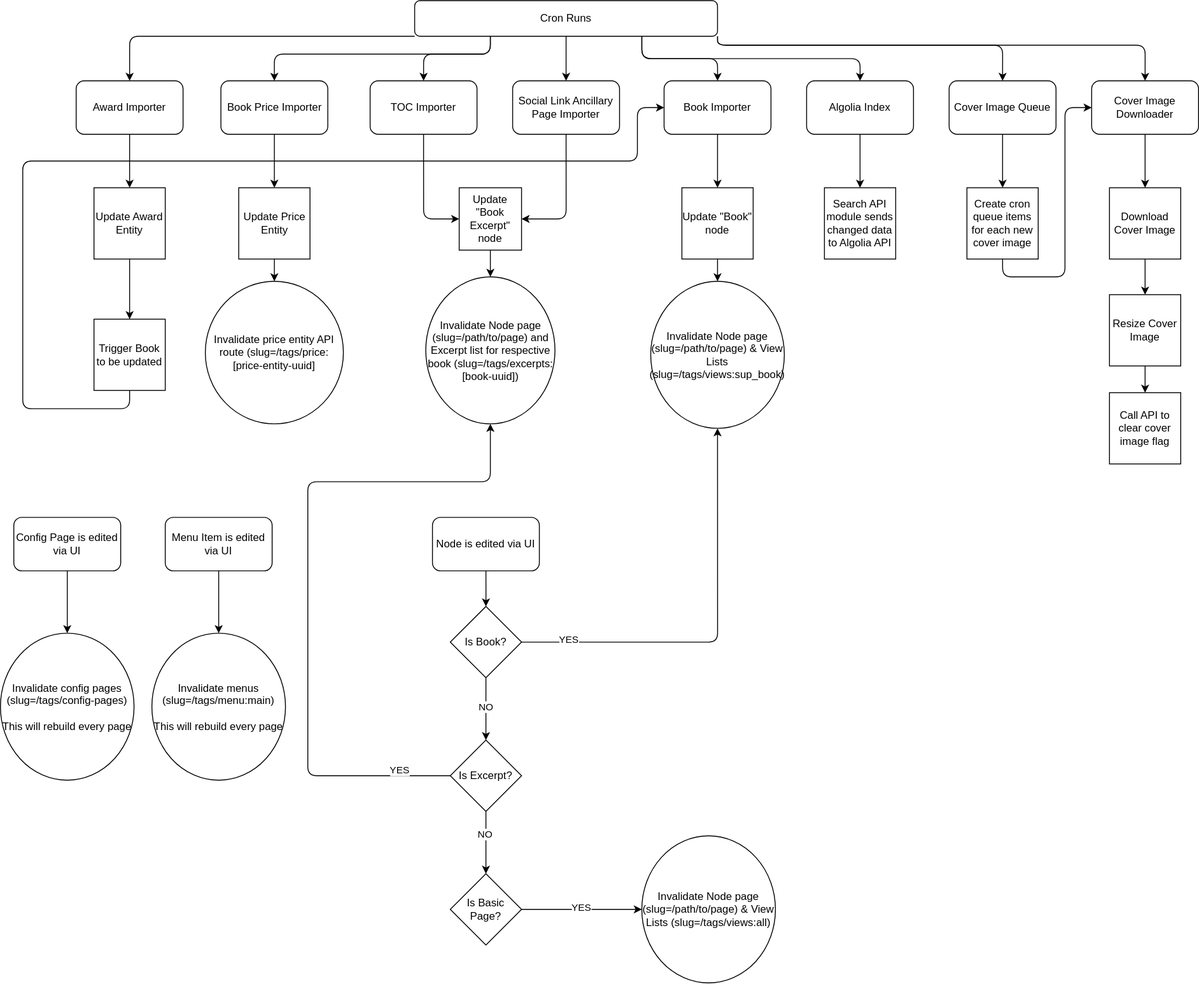
This is docs/press-architecture.drawio.svg from SU-SWS/press-nextjs, a draw.io export, as it was before one commit. Source tidied: cells renumbered, new cells last; positions are measured from the earlier drawing's top-left corner, leaving out a move shared by most shapes.
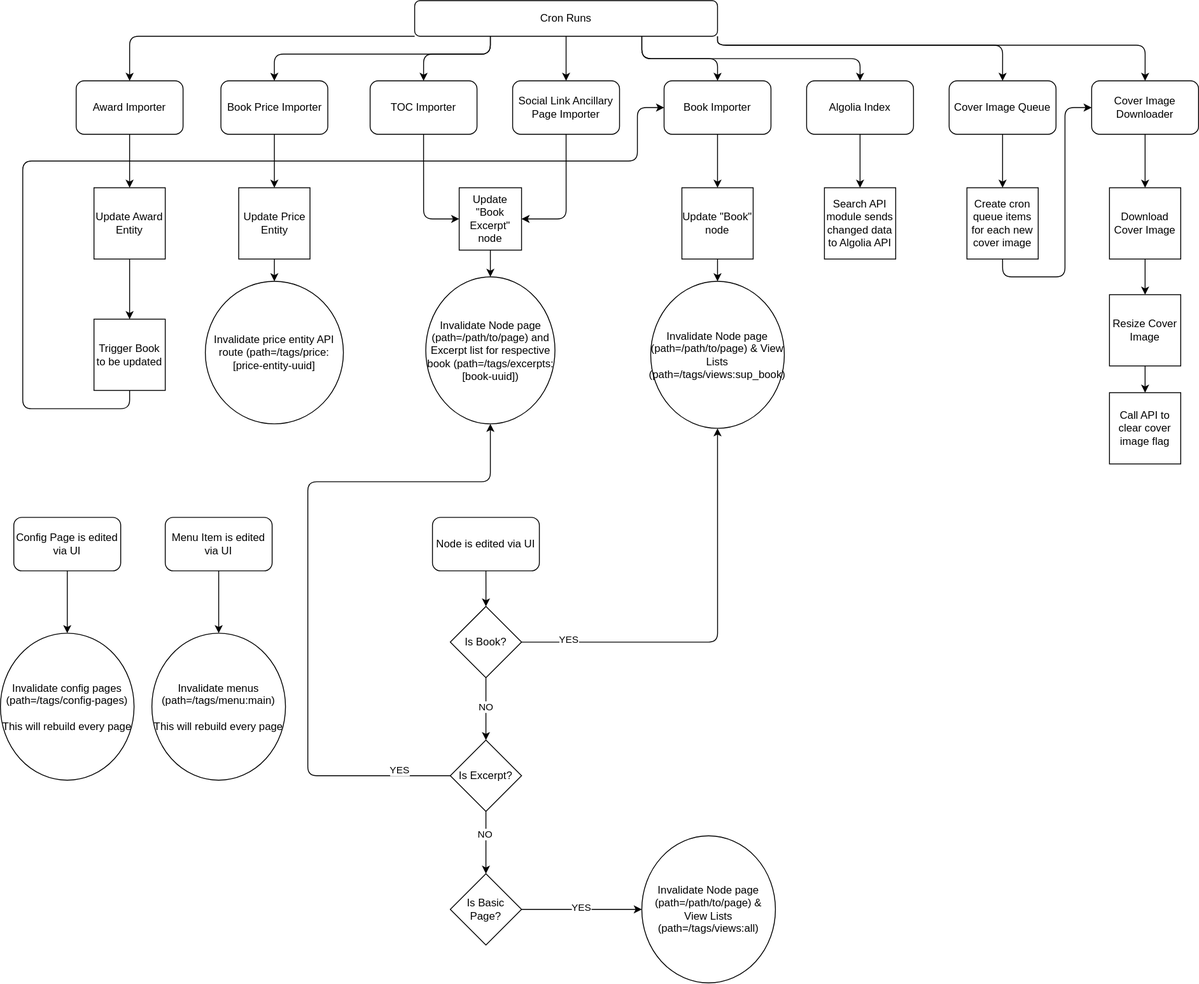
The same file after the commit.

Commit message:
Updated architectural workflow

Diff of the diagram source:
```diff
@@ -127,13 +127,13 @@
     <mxCell id="32" value="Update Price Entity" style="whiteSpace=wrap;html=1;" parent="1" vertex="1">
       <mxGeometry x="267.5" y="210" width="80" height="80" as="geometry" />
     </mxCell>
-    <mxCell id="33" value="&lt;div&gt;Invalidate price entity API route (slug=/tags/price:[price-entity-uuid]&lt;br&gt;&lt;/div&gt;" style="ellipse;whiteSpace=wrap;html=1;" parent="1" vertex="1">
+    <mxCell id="33" value="&lt;div&gt;Invalidate price entity API route (path=/tags/price:[price-entity-uuid]&lt;br&gt;&lt;/div&gt;" style="ellipse;whiteSpace=wrap;html=1;" parent="1" vertex="1">
       <mxGeometry x="230" y="315" width="155" height="160" as="geometry" />
     </mxCell>
-    <mxCell id="34" value="&lt;div&gt;Invalidate Node page (slug=/path/to/page) &amp;amp; View Lists (slug=/tags/views:sup_book)&lt;/div&gt;" style="ellipse;whiteSpace=wrap;html=1;" parent="1" vertex="1">
+    <mxCell id="34" value="&lt;div&gt;Invalidate Node page (path=/path/to/page) &amp;amp; View Lists (path=/tags/views:sup_book)&lt;/div&gt;" style="ellipse;whiteSpace=wrap;html=1;" parent="1" vertex="1">
       <mxGeometry x="730" y="315" width="150" height="165" as="geometry" />
     </mxCell>
-    <mxCell id="35" value="Invalidate Node page (slug=/path/to/page) and Excerpt list for respective book (slug=/tags/excerpts:[book-uuid])" style="ellipse;whiteSpace=wrap;html=1;" parent="1" vertex="1">
+    <mxCell id="35" value="Invalidate Node page (path=/path/to/page) and Excerpt list for respective book (path=/tags/excerpts:[book-uuid])" style="ellipse;whiteSpace=wrap;html=1;" parent="1" vertex="1">
       <mxGeometry x="477.5" y="310" width="145" height="165" as="geometry" />
     </mxCell>
     <mxCell id="36" value="&lt;div&gt;Search API module sends changed data to Algolia API&lt;/div&gt;" style="whiteSpace=wrap;html=1;" parent="1" vertex="1">
@@ -192,7 +192,7 @@
     <mxCell id="51" value="Is Basic Page?" style="rhombus;whiteSpace=wrap;html=1;" parent="1" vertex="1">
       <mxGeometry x="505" y="980" width="80" height="80" as="geometry" />
     </mxCell>
-    <mxCell id="52" value="&lt;div&gt;Invalidate Node page (slug=/path/to/page) &amp;amp; View Lists (slug=/tags/views:all)&lt;/div&gt;" style="ellipse;whiteSpace=wrap;html=1;" parent="1" vertex="1">
+    <mxCell id="52" value="&lt;div&gt;Invalidate Node page (path=/path/to/page) &amp;amp; View Lists (path=/tags/views:all)&lt;/div&gt;" style="ellipse;whiteSpace=wrap;html=1;" parent="1" vertex="1">
       <mxGeometry x="720" y="937.5" width="150" height="165" as="geometry" />
     </mxCell>
     <mxCell id="53" style="edgeStyle=orthogonalEdgeStyle;rounded=0;jettySize=auto;html=1;entryX=0.5;entryY=0;entryDx=0;entryDy=0;" parent="1" edge="1" source="54" target="55">
@@ -201,7 +201,7 @@
     <mxCell id="54" value="Config Page is edited via UI" style="rounded=1;whiteSpace=wrap;html=1;" parent="1" vertex="1">
       <mxGeometry x="15" y="580" width="120" height="60" as="geometry" />
     </mxCell>
-    <mxCell id="55" value="&lt;div&gt;Invalidate config pages (slug=/tags/config-pages)&lt;/div&gt;&lt;div&gt;&lt;br&gt;&lt;/div&gt;&lt;div&gt;This will rebuild every page&lt;br&gt;&lt;/div&gt;" style="ellipse;whiteSpace=wrap;html=1;" parent="1" vertex="1">
+    <mxCell id="55" value="&lt;div&gt;Invalidate config pages (path=/tags/config-pages)&lt;/div&gt;&lt;div&gt;&lt;br&gt;&lt;/div&gt;&lt;div&gt;This will rebuild every page&lt;br&gt;&lt;/div&gt;" style="ellipse;whiteSpace=wrap;html=1;" parent="1" vertex="1">
       <mxGeometry y="710" width="150" height="165" as="geometry" />
     </mxCell>
     <mxCell id="56" style="edgeStyle=orthogonalEdgeStyle;rounded=0;jettySize=auto;html=1;entryX=0.5;entryY=0;entryDx=0;entryDy=0;" parent="1" edge="1" source="57" target="58">
@@ -210,7 +210,7 @@
     <mxCell id="57" value="Menu Item is edited via UI" style="rounded=1;whiteSpace=wrap;html=1;" parent="1" vertex="1">
       <mxGeometry x="185" y="580" width="120" height="60" as="geometry" />
     </mxCell>
-    <mxCell id="58" value="&lt;div&gt;Invalidate menus (slug=/tags/menu:main)&lt;/div&gt;&lt;div&gt;&lt;br&gt;&lt;/div&gt;&lt;div&gt;This will rebuild every page&lt;br&gt;&lt;/div&gt;" style="ellipse;whiteSpace=wrap;html=1;" parent="1" vertex="1">
+    <mxCell id="58" value="&lt;div&gt;Invalidate menus (path=/tags/menu:main)&lt;/div&gt;&lt;div&gt;&lt;br&gt;&lt;/div&gt;&lt;div&gt;This will rebuild every page&lt;br&gt;&lt;/div&gt;" style="ellipse;whiteSpace=wrap;html=1;" parent="1" vertex="1">
       <mxGeometry x="170" y="710" width="150" height="165" as="geometry" />
     </mxCell>
     <mxCell id="59" style="edgeStyle=orthogonalEdgeStyle;rounded=1;jettySize=auto;html=1;exitX=0.5;exitY=1;exitDx=0;exitDy=0;entryX=0.5;entryY=0;entryDx=0;entryDy=0;curved=0;" parent="1" edge="1" source="60" target="64">
```
